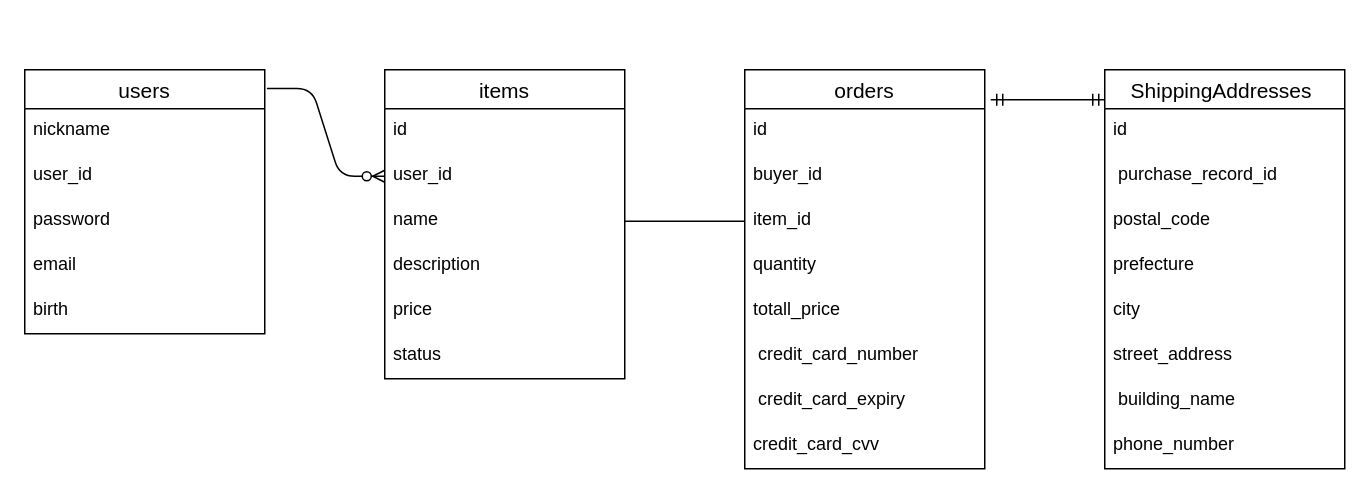
The draw.io diagram er.dio in yutaiwahashi/furima-39443, before the edit. Source tidied: cells renumbered, new cells numbered last; positions are measured from the earlier drawing's top-left corner, leaving out a move shared by most shapes. Both pictures are drawn from the tidied source at 150%, with x=0, y=0 at pixel (24, 69).
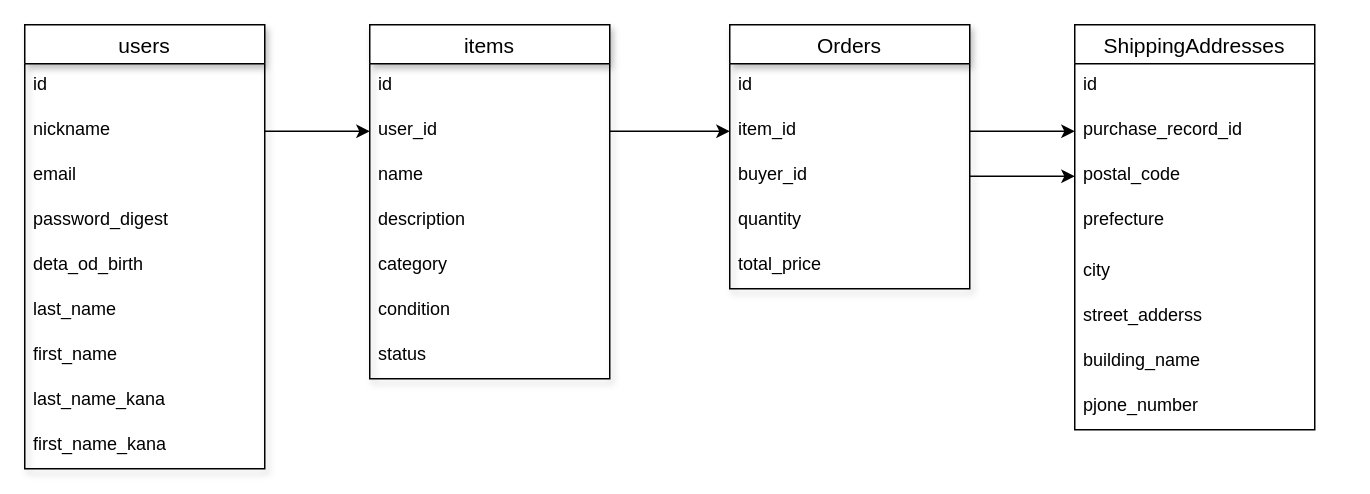
After the change.

The edit, as a diff of the source:
```diff
@@
-    <mxCell id="2" value="items" style="swimlane;fontStyle=0;horizontal=1;startSize=26;align=center;fontSize=14;" parent="1" vertex="1">
-      <mxGeometry x="240" width="160" height="206" as="geometry" />
-    </mxCell>
-    <mxCell id="3" value="id" style="text;strokeColor=none;fillColor=none;spacingLeft=4;spacingRight=4;overflow=hidden;fontSize=12;" parent="2" vertex="1">
-      <mxGeometry y="26" width="160" height="30" as="geometry" />
-    </mxCell>
-    <mxCell id="4" value="user_id" style="text;strokeColor=none;fillColor=none;spacingLeft=4;spacingRight=4;overflow=hidden;points=[[0,0.5],[1,0.5]];portConstraint=eastwest;fontSize=12;" parent="2" vertex="1">
-      <mxGeometry y="56" width="160" height="30" as="geometry" />
-    </mxCell>
-    <mxCell id="5" value="name" style="text;strokeColor=none;fillColor=none;spacingLeft=4;spacingRight=4;overflow=hidden;points=[[0,0.5],[1,0.5]];portConstraint=eastwest;fontSize=12;" parent="2" vertex="1">
-      <mxGeometry y="86" width="160" height="30" as="geometry" />
-    </mxCell>
-    <mxCell id="6" value="description" style="text;strokeColor=none;fillColor=none;spacingLeft=4;spacingRight=4;overflow=hidden;fontSize=12;" parent="2" vertex="1">
-      <mxGeometry y="116" width="160" height="30" as="geometry" />
-    </mxCell>
-    <mxCell id="7" value="price" style="text;strokeColor=none;fillColor=none;spacingLeft=4;spacingRight=4;overflow=hidden;fontSize=12;" parent="2" vertex="1">
-      <mxGeometry y="146" width="160" height="30" as="geometry" />
-    </mxCell>
-    <mxCell id="8" value="status" style="text;strokeColor=none;fillColor=none;spacingLeft=4;spacingRight=4;overflow=hidden;fontSize=12;" parent="2" vertex="1">
-      <mxGeometry y="176" width="160" height="30" as="geometry" />
-    </mxCell>
-    <mxCell id="9" value="orders" style="swimlane;fontStyle=0;horizontal=1;startSize=26;align=center;fontSize=14;" parent="1" vertex="1">
-      <mxGeometry x="480" width="160" height="266" as="geometry" />
-    </mxCell>
-    <mxCell id="10" value="id    " style="text;strokeColor=none;fillColor=none;spacingLeft=4;spacingRight=4;overflow=hidden;fontSize=12;" parent="9" vertex="1">
-      <mxGeometry y="26" width="160" height="30" as="geometry" />
-    </mxCell>
+    <mxCell id="36" value="Orders " style="swimlane;fontStyle=0;horizontal=1;startSize=26;align=center;fontSize=14;shadow=1;" parent="1" vertex="1">
+      <mxGeometry x="470" y="-30" width="160" height="176" as="geometry" />
+    </mxCell>
+    <mxCell id="37" value="id   " style="text;strokeColor=none;fillColor=none;spacingLeft=4;spacingRight=4;overflow=hidden;fontSize=12;" parent="36" vertex="1">
+      <mxGeometry y="26" width="160" height="30" as="geometry" />
+    </mxCell>
+    <mxCell id="12" value="item_id" style="text;strokeColor=none;fillColor=none;spacingLeft=4;spacingRight=4;overflow=hidden;points=[[0,0.5],[1,0.5]];portConstraint=eastwest;fontSize=12;" parent="36" vertex="1">
+      <mxGeometry y="56" width="160" height="30" as="geometry" />
+    </mxCell>
-    <mxCell id="11" value="buyer_id" style="text;strokeColor=none;fillColor=none;spacingLeft=4;spacingRight=4;overflow=hidden;points=[[0,0.5],[1,0.5]];portConstraint=eastwest;fontSize=12;" parent="9" vertex="1">
-      <mxGeometry y="56" width="160" height="30" as="geometry" />
+    <mxCell id="11" value="buyer_id" style="text;strokeColor=none;fillColor=none;spacingLeft=4;spacingRight=4;overflow=hidden;points=[[0,0.5],[1,0.5]];portConstraint=eastwest;fontSize=12;" parent="36" vertex="1">
+      <mxGeometry y="86" width="160" height="30" as="geometry" />
     </mxCell>
-    <mxCell id="12" value="item_id" style="text;strokeColor=none;fillColor=none;spacingLeft=4;spacingRight=4;overflow=hidden;points=[[0,0.5],[1,0.5]];portConstraint=eastwest;fontSize=12;" parent="9" vertex="1">
-      <mxGeometry y="86" width="160" height="30" as="geometry" />
-    </mxCell>
-    <mxCell id="13" value="quantity" style="text;strokeColor=none;fillColor=none;spacingLeft=4;spacingRight=4;overflow=hidden;fontSize=12;" parent="9" vertex="1">
+    <mxCell id="13" value="quantity" style="text;strokeColor=none;fillColor=none;spacingLeft=4;spacingRight=4;overflow=hidden;fontSize=12;" parent="36" vertex="1">
       <mxGeometry y="116" width="160" height="30" as="geometry" />
     </mxCell>
-    <mxCell id="14" value="totall_price" style="text;strokeColor=none;fillColor=none;spacingLeft=4;spacingRight=4;overflow=hidden;fontSize=12;" parent="9" vertex="1">
-      <mxGeometry y="146" width="160" height="30" as="geometry" />
-    </mxCell>
-    <mxCell id="15" value=" credit_card_number " style="text;strokeColor=none;fillColor=none;spacingLeft=4;spacingRight=4;overflow=hidden;fontSize=12;" parent="9" vertex="1">
-      <mxGeometry y="176" width="160" height="30" as="geometry" />
-    </mxCell>
-    <mxCell id="16" value=" credit_card_expiry" style="text;strokeColor=none;fillColor=none;spacingLeft=4;spacingRight=4;overflow=hidden;fontSize=12;" parent="9" vertex="1">
-      <mxGeometry y="206" width="160" height="30" as="geometry" />
-    </mxCell>
-    <mxCell id="17" value="credit_card_cvv " style="text;strokeColor=none;fillColor=none;spacingLeft=4;spacingRight=4;overflow=hidden;fontSize=12;" parent="9" vertex="1">
-      <mxGeometry y="236" width="160" height="30" as="geometry" />
-    </mxCell>
-    <mxCell id="18" value="users" style="swimlane;fontStyle=0;horizontal=1;startSize=26;align=center;fontSize=14;flipV=0;flipH=0;direction=east;" parent="1" vertex="1">
-      <mxGeometry width="160" height="176" as="geometry" />
-    </mxCell>
-    <mxCell id="19" value="nickname" style="text;strokeColor=none;fillColor=none;spacingLeft=4;spacingRight=4;overflow=hidden;points=[[0,0.5],[1,0.5]];portConstraint=eastwest;fontSize=12;" parent="18" vertex="1">
-      <mxGeometry y="26" width="160" height="30" as="geometry" />
-    </mxCell>
-    <mxCell id="20" value="user_id" style="text;strokeColor=none;fillColor=none;spacingLeft=4;spacingRight=4;overflow=hidden;fontSize=12;" parent="18" vertex="1">
-      <mxGeometry y="56" width="160" height="30" as="geometry" />
-    </mxCell>
-    <mxCell id="21" value="password" style="text;spacingLeft=4;spacingRight=4;overflow=hidden;fontSize=12;" parent="18" vertex="1">
-      <mxGeometry y="86" width="160" height="30" as="geometry" />
-    </mxCell>
-    <mxCell id="22" value="email" style="text;spacingLeft=4;spacingRight=4;overflow=hidden;fontSize=12;" parent="18" vertex="1">
-      <mxGeometry y="116" width="160" height="30" as="geometry" />
-    </mxCell>
-    <mxCell id="23" value="birth" style="text;spacingLeft=4;spacingRight=4;overflow=hidden;fontSize=12;" parent="18" vertex="1">
-      <mxGeometry y="146" width="160" height="30" as="geometry" />
-    </mxCell>
+    <mxCell id="38" value="total_price" style="text;strokeColor=none;fillColor=none;spacingLeft=4;spacingRight=4;overflow=hidden;fontSize=12;" parent="36" vertex="1">
+      <mxGeometry y="146" width="160" height="30" as="geometry" />
+    </mxCell>
-    <mxCell id="24" value="ShippingAddresses " style="swimlane;fontStyle=0;horizontal=1;startSize=26;align=center;fontSize=14;" parent="1" vertex="1">
-      <mxGeometry x="720" width="160" height="266" as="geometry" />
+    <mxCell id="24" value="ShippingAddresses" style="swimlane;fontStyle=0;horizontal=1;startSize=26;align=center;fontSize=14;" parent="1" vertex="1">
+      <mxGeometry x="700" y="-30" width="160" height="270" as="geometry" />
     </mxCell>
-    <mxCell id="25" value="id" style="text;strokeColor=none;fillColor=none;spacingLeft=4;spacingRight=4;overflow=hidden;fontSize=12;" parent="24" vertex="1">
-      <mxGeometry y="26" width="160" height="30" as="geometry" />
-    </mxCell>
+    <mxCell id="39" value="id     " style="text;strokeColor=none;fillColor=none;spacingLeft=4;spacingRight=4;overflow=hidden;fontSize=12;" parent="24" vertex="1">
+      <mxGeometry y="26" width="160" height="30" as="geometry" />
+    </mxCell>
-    <mxCell id="26" value=" purchase_record_id" style="text;strokeColor=none;fillColor=none;spacingLeft=4;spacingRight=4;overflow=hidden;points=[[0,0.5],[1,0.5]];portConstraint=eastwest;fontSize=12;" parent="24" vertex="1">
+    <mxCell id="26" value="purchase_record_id " style="text;strokeColor=none;fillColor=none;spacingLeft=4;spacingRight=4;overflow=hidden;points=[[0,0.5],[1,0.5]];portConstraint=eastwest;fontSize=12;" parent="24" vertex="1">
       <mxGeometry y="56" width="160" height="30" as="geometry" />
     </mxCell>
-    <mxCell id="27" value="postal_code " style="text;strokeColor=none;fillColor=none;spacingLeft=4;spacingRight=4;overflow=hidden;points=[[0,0.5],[1,0.5]];portConstraint=eastwest;fontSize=12;" parent="24" vertex="1">
+    <mxCell id="27" value="postal_code" style="text;strokeColor=none;fillColor=none;spacingLeft=4;spacingRight=4;overflow=hidden;points=[[0,0.5],[1,0.5]];portConstraint=eastwest;fontSize=12;" parent="24" vertex="1">
       <mxGeometry y="86" width="160" height="30" as="geometry" />
     </mxCell>
-    <mxCell id="28" value="prefecture " style="text;strokeColor=none;fillColor=none;spacingLeft=4;spacingRight=4;overflow=hidden;fontSize=12;" parent="24" vertex="1">
-      <mxGeometry y="116" width="160" height="30" as="geometry" />
+    <mxCell id="28" value="prefecture" style="text;strokeColor=none;fillColor=none;spacingLeft=4;spacingRight=4;overflow=hidden;fontSize=12;" parent="24" vertex="1">
+      <mxGeometry y="116" width="160" height="34" as="geometry" />
     </mxCell>
-    <mxCell id="29" value="city " style="text;strokeColor=none;fillColor=none;spacingLeft=4;spacingRight=4;overflow=hidden;fontSize=12;" parent="24" vertex="1">
-      <mxGeometry y="146" width="160" height="30" as="geometry" />
+    <mxCell id="29" value="city" style="text;strokeColor=none;fillColor=none;spacingLeft=4;spacingRight=4;overflow=hidden;fontSize=12;" parent="24" vertex="1">
+      <mxGeometry y="150" width="160" height="30" as="geometry" />
     </mxCell>
-    <mxCell id="30" value="street_address" style="text;strokeColor=none;fillColor=none;spacingLeft=4;spacingRight=4;overflow=hidden;fontSize=12;" parent="24" vertex="1">
-      <mxGeometry y="176" width="160" height="30" as="geometry" />
-    </mxCell>
+    <mxCell id="40" value="street_adderss" style="text;strokeColor=none;fillColor=none;spacingLeft=4;spacingRight=4;overflow=hidden;fontSize=12;" parent="24" vertex="1">
+      <mxGeometry y="180" width="160" height="30" as="geometry" />
+    </mxCell>
-    <mxCell id="31" value=" building_name   " style="text;strokeColor=none;fillColor=none;spacingLeft=4;spacingRight=4;overflow=hidden;fontSize=12;" parent="24" vertex="1">
-      <mxGeometry y="206" width="160" height="30" as="geometry" />
+    <mxCell id="31" value="building_name" style="text;strokeColor=none;fillColor=none;spacingLeft=4;spacingRight=4;overflow=hidden;fontSize=12;" parent="24" vertex="1">
+      <mxGeometry y="210" width="160" height="30" as="geometry" />
     </mxCell>
-    <mxCell id="32" value="phone_number" style="text;strokeColor=none;fillColor=none;spacingLeft=4;spacingRight=4;overflow=hidden;fontSize=12;" parent="24" vertex="1">
-      <mxGeometry y="236" width="160" height="30" as="geometry" />
-    </mxCell>
-    <mxCell id="33" style="edgeStyle=entityRelationEdgeStyle;fontSize=12;html=1;endArrow=ERzeroToMany;endFill=1;entryX=0;entryY=0.5;entryDx=0;entryDy=0;exitX=1.009;exitY=0.071;exitDx=0;exitDy=0;exitPerimeter=0;" parent="1" edge="1" source="18" target="4">
-      <mxGeometry relative="1" as="geometry" />
-    </mxCell>
-    <mxCell id="34" style="endArrow=none;html=1;rounded=0;exitX=1;exitY=0.5;exitDx=0;exitDy=0;entryX=0;entryY=0.5;entryDx=0;entryDy=0;" parent="1" edge="1" source="5" target="12">
-      <mxGeometry relative="1" as="geometry" />
-    </mxCell>
-    <mxCell id="35" style="edgeStyle=entityRelationEdgeStyle;fontSize=12;html=1;endArrow=ERmandOne;startArrow=ERmandOne;exitX=1.025;exitY=0.075;exitDx=0;exitDy=0;exitPerimeter=0;" parent="1" edge="1" source="9">
-      <mxGeometry relative="1" as="geometry">
-        <mxPoint x="720" y="20" as="targetPoint" />
-      </mxGeometry>
-    </mxCell>
+    <mxCell id="41" value="pjone_number" style="text;strokeColor=none;fillColor=none;spacingLeft=4;spacingRight=4;overflow=hidden;fontSize=12;" parent="24" vertex="1">
+      <mxGeometry y="240" width="160" height="30" as="geometry" />
+    </mxCell>
+    <mxCell id="18" value="users" style="swimlane;fontStyle=0;horizontal=1;startSize=26;align=center;fontSize=14;shadow=1;" parent="1" vertex="1">
+      <mxGeometry y="-30" width="160" height="296" as="geometry" />
+    </mxCell>
+    <mxCell id="42" value="id" style="text;strokeColor=none;fillColor=none;spacingLeft=4;spacingRight=4;overflow=hidden;fontSize=12;shadow=1;" parent="18" vertex="1">
+      <mxGeometry y="26" width="160" height="30" as="geometry" />
+    </mxCell>
+    <mxCell id="19" value="nickname" style="text;strokeColor=none;fillColor=none;spacingLeft=4;spacingRight=4;overflow=hidden;points=[[0,0.5],[1,0.5]];portConstraint=eastwest;fontSize=12;shadow=1;" parent="18" vertex="1">
+      <mxGeometry y="56" width="160" height="30" as="geometry" />
+    </mxCell>
+    <mxCell id="22" value="email" style="text;strokeColor=none;fillColor=none;spacingLeft=4;spacingRight=4;overflow=hidden;fontSize=12;shadow=1;" parent="18" vertex="1">
+      <mxGeometry y="86" width="160" height="30" as="geometry" />
+    </mxCell>
+    <mxCell id="43" value="password_digest" style="text;strokeColor=none;fillColor=none;spacingLeft=4;spacingRight=4;overflow=hidden;fontSize=12;shadow=1;" parent="18" vertex="1">
+      <mxGeometry y="116" width="160" height="30" as="geometry" />
+    </mxCell>
+    <mxCell id="44" value="deta_od_birth" style="text;strokeColor=none;fillColor=none;spacingLeft=4;spacingRight=4;overflow=hidden;fontSize=12;shadow=1;" parent="18" vertex="1">
+      <mxGeometry y="146" width="160" height="30" as="geometry" />
+    </mxCell>
+    <mxCell id="45" value="last_name" style="text;strokeColor=none;fillColor=none;spacingLeft=4;spacingRight=4;overflow=hidden;fontSize=12;shadow=1;" parent="18" vertex="1">
+      <mxGeometry y="176" width="160" height="30" as="geometry" />
+    </mxCell>
+    <mxCell id="46" value="first_name" style="text;strokeColor=none;fillColor=none;spacingLeft=4;spacingRight=4;overflow=hidden;fontSize=12;shadow=1;" parent="18" vertex="1">
+      <mxGeometry y="206" width="160" height="30" as="geometry" />
+    </mxCell>
+    <mxCell id="47" value="last_name_kana" style="text;strokeColor=none;fillColor=none;spacingLeft=4;spacingRight=4;overflow=hidden;fontSize=12;shadow=1;" parent="18" vertex="1">
+      <mxGeometry y="236" width="160" height="30" as="geometry" />
+    </mxCell>
+    <mxCell id="48" value="first_name_kana" style="text;strokeColor=none;fillColor=none;spacingLeft=4;spacingRight=4;overflow=hidden;fontSize=12;shadow=1;" parent="18" vertex="1">
+      <mxGeometry y="266" width="160" height="30" as="geometry" />
+    </mxCell>
+    <mxCell id="2" value="items" style="swimlane;fontStyle=0;horizontal=1;startSize=26;align=center;fontSize=14;shadow=1;" parent="1" vertex="1">
+      <mxGeometry x="230" y="-30" width="160" height="236" as="geometry" />
+    </mxCell>
+    <mxCell id="49" value="id" style="text;strokeColor=none;fillColor=none;spacingLeft=4;spacingRight=4;overflow=hidden;fontSize=12;shadow=1;" parent="2" vertex="1">
+      <mxGeometry y="26" width="160" height="30" as="geometry" />
+    </mxCell>
+    <mxCell id="50" value="user_id" style="text;strokeColor=none;fillColor=none;spacingLeft=4;spacingRight=4;overflow=hidden;points=[[0,0.5],[1,0.5]];portConstraint=eastwest;fontSize=12;shadow=1;" parent="2" vertex="1">
+      <mxGeometry y="56" width="160" height="30" as="geometry" />
+    </mxCell>
+    <mxCell id="5" value="name" style="text;strokeColor=none;fillColor=none;spacingLeft=4;spacingRight=4;overflow=hidden;points=[[0,0.5],[1,0.5]];portConstraint=eastwest;fontSize=12;shadow=1;" parent="2" vertex="1">
+      <mxGeometry y="86" width="160" height="30" as="geometry" />
+    </mxCell>
+    <mxCell id="6" value="description" style="text;strokeColor=none;fillColor=none;spacingLeft=4;spacingRight=4;overflow=hidden;fontSize=12;shadow=1;" parent="2" vertex="1">
+      <mxGeometry y="116" width="160" height="30" as="geometry" />
+    </mxCell>
+    <mxCell id="51" value="category" style="text;strokeColor=none;fillColor=none;spacingLeft=4;spacingRight=4;overflow=hidden;fontSize=12;shadow=1;" parent="2" vertex="1">
+      <mxGeometry y="146" width="160" height="30" as="geometry" />
+    </mxCell>
+    <mxCell id="52" value="condition" style="text;strokeColor=none;fillColor=none;spacingLeft=4;spacingRight=4;overflow=hidden;fontSize=12;shadow=1;" parent="2" vertex="1">
+      <mxGeometry y="176" width="160" height="30" as="geometry" />
+    </mxCell>
+    <mxCell id="8" value="status" style="text;strokeColor=none;fillColor=none;spacingLeft=4;spacingRight=4;overflow=hidden;fontSize=12;shadow=1;" parent="2" vertex="1">
+      <mxGeometry y="206" width="160" height="30" as="geometry" />
+    </mxCell>
+    <mxCell id="53" style="edgeStyle=none;html=1;exitX=1;exitY=0.5;exitDx=0;exitDy=0;entryX=0;entryY=0.5;entryDx=0;entryDy=0;" parent="1" edge="1" source="19" target="50">
+      <mxGeometry relative="1" as="geometry" />
+    </mxCell>
+    <mxCell id="54" style="edgeStyle=none;html=1;exitX=1;exitY=0.5;exitDx=0;exitDy=0;entryX=0;entryY=0.5;entryDx=0;entryDy=0;" parent="1" edge="1" source="50" target="12">
+      <mxGeometry relative="1" as="geometry" />
+    </mxCell>
+    <mxCell id="55" style="edgeStyle=none;html=1;exitX=1;exitY=0.5;exitDx=0;exitDy=0;entryX=0;entryY=0.5;entryDx=0;entryDy=0;" parent="1" edge="1" source="12" target="26">
+      <mxGeometry relative="1" as="geometry" />
+    </mxCell>
+    <mxCell id="56" style="edgeStyle=none;html=1;exitX=1;exitY=0.5;exitDx=0;exitDy=0;entryX=0;entryY=0.5;entryDx=0;entryDy=0;" parent="1" edge="1" source="11" target="27">
+      <mxGeometry relative="1" as="geometry" />
+    </mxCell>
```
